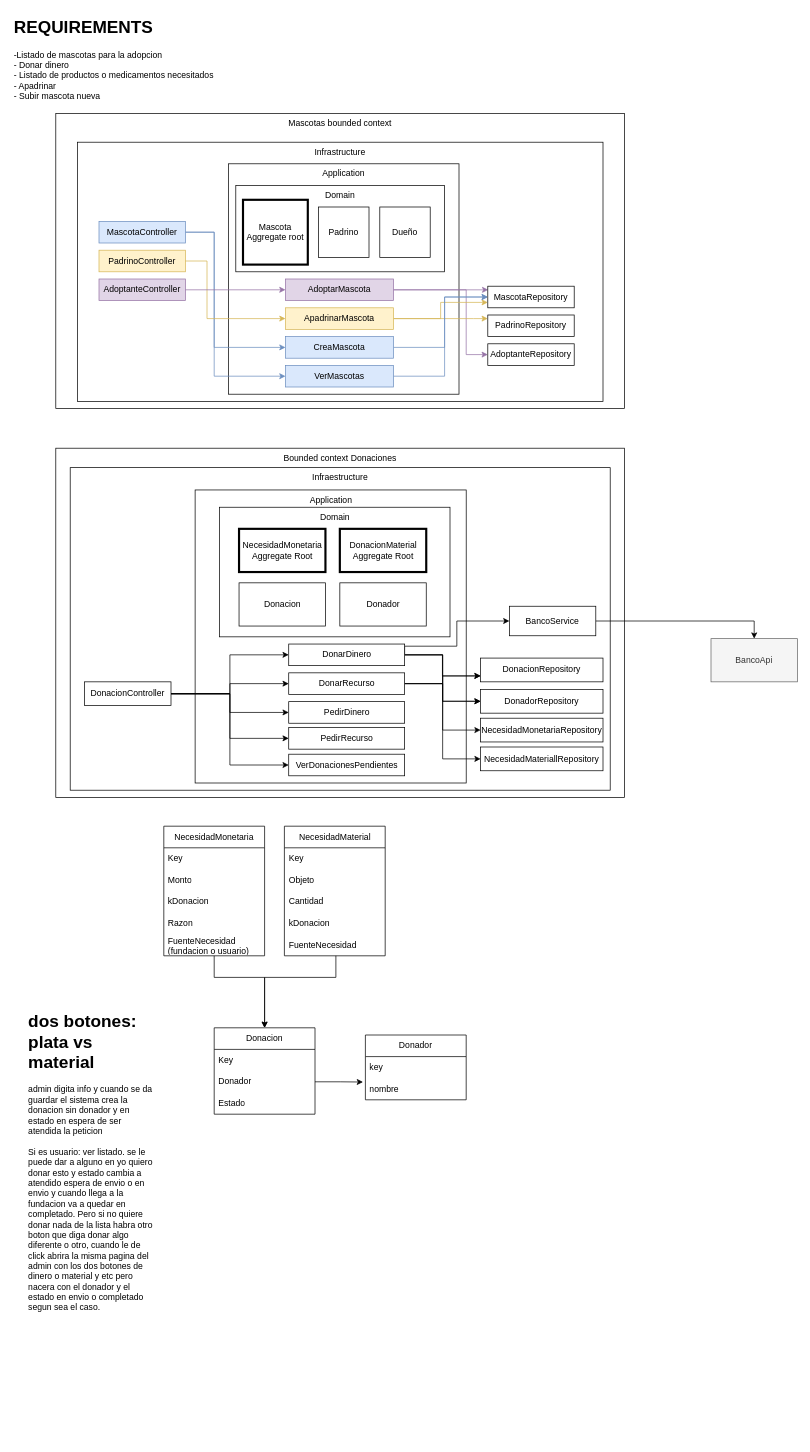
This is DDD-Mascotas.drawio from sarai1025/DDD, a draw.io file, before an edit. Source tidied: cells renumbered, new cells numbered last; positions are measured from the earlier drawing's top-left corner, leaving out a move shared by most shapes. Both pictures are drawn from the tidied source at 72%, with x=0, y=0 at pixel (12, 12).
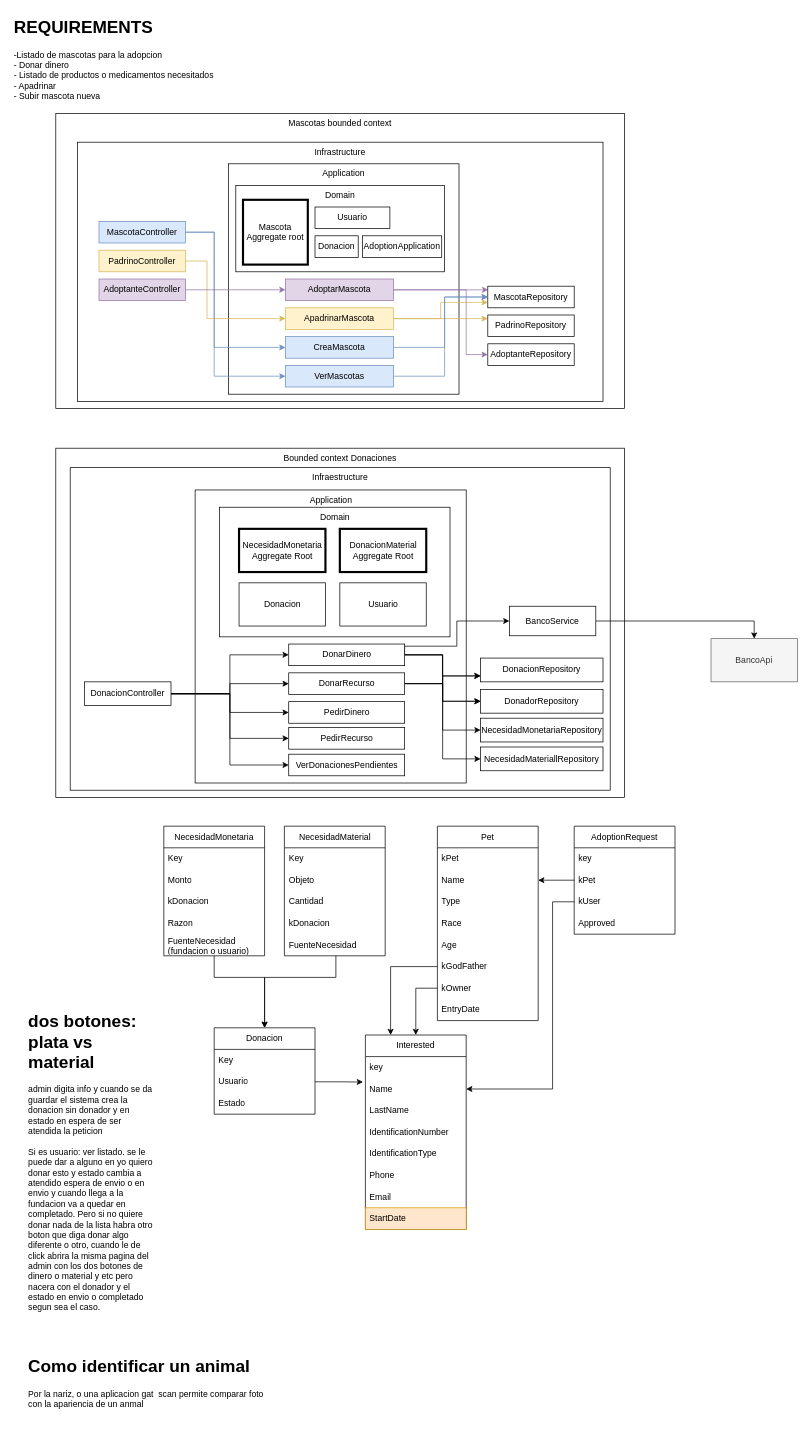
The same page after the edit.

Unchanged cells that the change refers to:
```xml
<mxCell id="38" value="Donacion" style="swimlane;fontStyle=0;horizontal=1;startSize=30;whiteSpace=wrap;html=1;" parent="1" vertex="1">
  <mxGeometry x="280" y="1410" width="140" height="120" as="geometry" />
</mxCell>
```

What changed in the source:
```diff
@@
-    <mxCell id="12" value="Padrino" style="whiteSpace=wrap;html=1;" parent="1" vertex="1">
-      <mxGeometry x="425" y="270" width="70" height="70" as="geometry" />
-    </mxCell>
-    <mxCell id="13" value="Dueño" style="whiteSpace=wrap;html=1;" parent="1" vertex="1">
-      <mxGeometry x="510" y="270" width="70" height="70" as="geometry" />
-    </mxCell>
@@
-    <mxCell id="40" value="Donador" style="text;strokeColor=none;fillColor=none;align=left;verticalAlign=middle;spacingLeft=4;spacingRight=4;overflow=hidden;points=[[0,0.5],[1,0.5]];portConstraint=eastwest;whiteSpace=wrap;html=1;" parent="38" vertex="1">
+    <mxCell id="40" value="Usuario" style="text;strokeColor=none;fillColor=none;align=left;verticalAlign=middle;spacingLeft=4;spacingRight=4;overflow=hidden;points=[[0,0.5],[1,0.5]];portConstraint=eastwest;whiteSpace=wrap;html=1;" parent="38" vertex="1">
       <mxGeometry y="60" width="140" height="30" as="geometry" />
     </mxCell>
@@
-    <mxCell id="56" value="Donador" style="rounded=0;whiteSpace=wrap;html=1;" parent="1" vertex="1">
+    <mxCell id="56" value="Usuario" style="rounded=0;whiteSpace=wrap;html=1;" parent="1" vertex="1">
       <mxGeometry x="454.5" y="792" width="120" height="60" as="geometry" />
     </mxCell>
@@
-    <mxCell id="78" value="Donador" style="swimlane;fontStyle=0;horizontal=1;startSize=30;whiteSpace=wrap;html=1;" parent="1" vertex="1">
-      <mxGeometry x="490" y="1420" width="140" height="90" as="geometry" />
+    <mxCell id="78" value="Interested" style="swimlane;fontStyle=0;horizontal=1;startSize=30;whiteSpace=wrap;html=1;" parent="1" vertex="1">
+      <mxGeometry x="490" y="1420" width="140" height="270" as="geometry" />
     </mxCell>
@@
-    <mxCell id="80" value="nombre" style="text;strokeColor=none;fillColor=none;align=left;verticalAlign=middle;spacingLeft=4;spacingRight=4;overflow=hidden;points=[[0,0.5],[1,0.5]];portConstraint=eastwest;whiteSpace=wrap;html=1;" parent="78" vertex="1">
+    <mxCell id="80" value="Name" style="text;strokeColor=none;fillColor=none;align=left;verticalAlign=middle;spacingLeft=4;spacingRight=4;overflow=hidden;points=[[0,0.5],[1,0.5]];portConstraint=eastwest;whiteSpace=wrap;html=1;" parent="78" vertex="1">
       <mxGeometry y="60" width="140" height="30" as="geometry" />
     </mxCell>
+    <mxCell id="86" value="LastName" style="text;strokeColor=none;fillColor=none;align=left;verticalAlign=middle;spacingLeft=4;spacingRight=4;overflow=hidden;whiteSpace=wrap;html=1;" parent="78" vertex="1">
+      <mxGeometry y="90" width="140" height="30" as="geometry" />
+    </mxCell>
+    <mxCell id="87" value="IdentificationNumber" style="text;strokeColor=none;fillColor=none;align=left;verticalAlign=middle;spacingLeft=4;spacingRight=4;overflow=hidden;whiteSpace=wrap;html=1;" parent="78" vertex="1">
+      <mxGeometry y="120" width="140" height="30" as="geometry" />
+    </mxCell>
+    <mxCell id="88" value="IdentificationType" style="text;strokeColor=none;fillColor=none;align=left;verticalAlign=middle;spacingLeft=4;spacingRight=4;overflow=hidden;whiteSpace=wrap;html=1;" parent="78" vertex="1">
+      <mxGeometry y="150" width="140" height="30" as="geometry" />
+    </mxCell>
+    <mxCell id="89" value="Phone" style="text;strokeColor=none;fillColor=none;align=left;verticalAlign=middle;spacingLeft=4;spacingRight=4;overflow=hidden;whiteSpace=wrap;html=1;" parent="78" vertex="1">
+      <mxGeometry y="180" width="140" height="30" as="geometry" />
+    </mxCell>
+    <mxCell id="90" value="Email" style="text;strokeColor=none;fillColor=none;align=left;verticalAlign=middle;spacingLeft=4;spacingRight=4;overflow=hidden;whiteSpace=wrap;html=1;" parent="78" vertex="1">
+      <mxGeometry y="210" width="140" height="30" as="geometry" />
+    </mxCell>
+    <mxCell id="91" value="StartDate" style="text;strokeColor=#d79b00;fillColor=#ffe6cc;align=left;verticalAlign=middle;spacingLeft=4;spacingRight=4;overflow=hidden;whiteSpace=wrap;html=1;" parent="78" vertex="1">
+      <mxGeometry y="240" width="140" height="30" as="geometry" />
+    </mxCell>
@@
+    <mxCell id="92" value="Donacion" style="rounded=0;whiteSpace=wrap;html=1;" parent="1" vertex="1">
+      <mxGeometry x="420" y="310" width="60" height="30" as="geometry" />
+    </mxCell>
+    <mxCell id="93" value="Usuario" style="rounded=0;whiteSpace=wrap;html=1;" parent="1" vertex="1">
+      <mxGeometry x="420" y="270" width="104" height="30" as="geometry" />
+    </mxCell>
+    <mxCell id="94" value="AdoptionApplication" style="rounded=0;whiteSpace=wrap;html=1;" parent="1" vertex="1">
+      <mxGeometry x="486" y="310" width="110" height="30" as="geometry" />
+    </mxCell>
+    <mxCell id="95" value="Pet" style="swimlane;fontStyle=0;horizontal=1;startSize=30;whiteSpace=wrap;html=1;" parent="1" vertex="1">
+      <mxGeometry x="590" y="1130" width="140" height="270" as="geometry" />
+    </mxCell>
+    <mxCell id="96" value="kPet" style="text;strokeColor=none;fillColor=none;align=left;verticalAlign=middle;spacingLeft=4;spacingRight=4;overflow=hidden;whiteSpace=wrap;html=1;" parent="95" vertex="1">
+      <mxGeometry y="30" width="140" height="30" as="geometry" />
+    </mxCell>
+    <mxCell id="97" value="Name" style="text;strokeColor=none;fillColor=none;align=left;verticalAlign=middle;spacingLeft=4;spacingRight=4;overflow=hidden;points=[[0,0.5],[1,0.5]];portConstraint=eastwest;whiteSpace=wrap;html=1;" parent="95" vertex="1">
+      <mxGeometry y="60" width="140" height="30" as="geometry" />
+    </mxCell>
+    <mxCell id="98" value="Type" style="text;strokeColor=none;fillColor=none;align=left;verticalAlign=middle;spacingLeft=4;spacingRight=4;overflow=hidden;whiteSpace=wrap;html=1;" parent="95" vertex="1">
+      <mxGeometry y="90" width="140" height="30" as="geometry" />
+    </mxCell>
+    <mxCell id="99" value="Race" style="text;strokeColor=none;fillColor=none;align=left;verticalAlign=middle;spacingLeft=4;spacingRight=4;overflow=hidden;whiteSpace=wrap;html=1;" parent="95" vertex="1">
+      <mxGeometry y="120" width="140" height="30" as="geometry" />
+    </mxCell>
+    <mxCell id="100" value="Age" style="text;strokeColor=none;fillColor=none;align=left;verticalAlign=middle;spacingLeft=4;spacingRight=4;overflow=hidden;whiteSpace=wrap;html=1;" parent="95" vertex="1">
+      <mxGeometry y="150" width="140" height="30" as="geometry" />
+    </mxCell>
+    <mxCell id="101" value="kGodFather" style="text;strokeColor=none;fillColor=none;align=left;verticalAlign=middle;spacingLeft=4;spacingRight=4;overflow=hidden;points=[[0,0.5],[1,0.5]];portConstraint=eastwest;whiteSpace=wrap;html=1;" parent="95" vertex="1">
+      <mxGeometry y="180" width="140" height="30" as="geometry" />
+    </mxCell>
+    <mxCell id="102" value="kOwner" style="text;strokeColor=none;fillColor=none;align=left;verticalAlign=middle;spacingLeft=4;spacingRight=4;overflow=hidden;points=[[0,0.5],[1,0.5]];portConstraint=eastwest;whiteSpace=wrap;html=1;" parent="95" vertex="1">
+      <mxGeometry y="210" width="140" height="30" as="geometry" />
+    </mxCell>
+    <mxCell id="103" value="EntryDate" style="text;strokeColor=none;fillColor=none;align=left;verticalAlign=middle;spacingLeft=4;spacingRight=4;overflow=hidden;whiteSpace=wrap;html=1;" parent="95" vertex="1">
+      <mxGeometry y="240" width="140" height="30" as="geometry" />
+    </mxCell>
+    <mxCell id="104" value="AdoptionRequest" style="swimlane;fontStyle=0;horizontal=1;startSize=30;whiteSpace=wrap;html=1;" parent="1" vertex="1">
+      <mxGeometry x="780" y="1130" width="140" height="150" as="geometry" />
+    </mxCell>
+    <mxCell id="105" value="key" style="text;strokeColor=none;fillColor=none;align=left;verticalAlign=middle;spacingLeft=4;spacingRight=4;overflow=hidden;whiteSpace=wrap;html=1;" parent="104" vertex="1">
+      <mxGeometry y="30" width="140" height="30" as="geometry" />
+    </mxCell>
+    <mxCell id="106" value="kPet" style="text;strokeColor=none;fillColor=none;align=left;verticalAlign=middle;spacingLeft=4;spacingRight=4;overflow=hidden;points=[[0,0.5],[1,0.5]];portConstraint=eastwest;whiteSpace=wrap;html=1;" parent="104" vertex="1">
+      <mxGeometry y="60" width="140" height="30" as="geometry" />
+    </mxCell>
+    <mxCell id="107" value="kUser" style="text;strokeColor=none;fillColor=none;align=left;verticalAlign=middle;spacingLeft=4;spacingRight=4;overflow=hidden;points=[[0,0.5],[1,0.5]];portConstraint=eastwest;whiteSpace=wrap;html=1;" parent="104" vertex="1">
+      <mxGeometry y="90" width="140" height="30" as="geometry" />
+    </mxCell>
+    <mxCell id="108" value="Approved" style="text;strokeColor=none;fillColor=none;align=left;verticalAlign=middle;spacingLeft=4;spacingRight=4;overflow=hidden;whiteSpace=wrap;html=1;" parent="104" vertex="1">
+      <mxGeometry y="120" width="140" height="30" as="geometry" />
+    </mxCell>
+    <mxCell id="109" style="edgeStyle=orthogonalEdgeStyle;rounded=0;jettySize=auto;html=1;entryX=1;entryY=0.5;entryDx=0;entryDy=0;" parent="1" edge="1" source="106" target="97">
+      <mxGeometry relative="1" as="geometry" />
+    </mxCell>
+    <mxCell id="110" style="edgeStyle=orthogonalEdgeStyle;rounded=0;jettySize=auto;html=1;" parent="1" edge="1" source="102" target="78">
+      <mxGeometry relative="1" as="geometry" />
+    </mxCell>
+    <mxCell id="111" style="edgeStyle=orthogonalEdgeStyle;rounded=0;jettySize=auto;html=1;entryX=0.25;entryY=0;entryDx=0;entryDy=0;" parent="1" edge="1" source="101" target="78">
+      <mxGeometry relative="1" as="geometry" />
+    </mxCell>
+    <mxCell id="112" style="edgeStyle=orthogonalEdgeStyle;rounded=0;jettySize=auto;html=1;entryX=1;entryY=0.5;entryDx=0;entryDy=0;" parent="1" edge="1" source="107" target="80">
+      <mxGeometry relative="1" as="geometry">
+        <Array as="points">
+          <mxPoint x="750" y="1235" />
+          <mxPoint x="750" y="1495" />
+        </Array>
+      </mxGeometry>
+    </mxCell>
+    <mxCell id="113" value="&lt;h1 style=&quot;margin-top: 0px;&quot;&gt;Como identificar un animal&lt;/h1&gt;&lt;div&gt;Por la nariz, o una aplicacion gat&amp;nbsp; scan permite comparar foto con la apariencia de un anmal&lt;/div&gt;" style="text;html=1;whiteSpace=wrap;overflow=hidden;rounded=0;" parent="1" vertex="1">
+      <mxGeometry x="20" y="1860" width="350" height="120" as="geometry" />
+    </mxCell>
```
